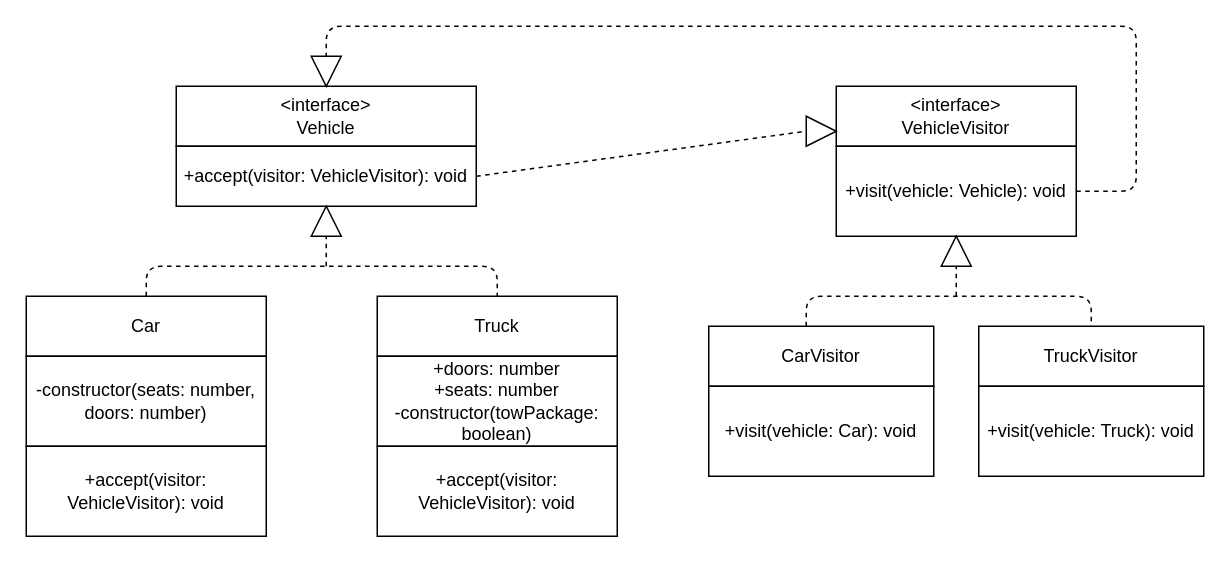
Before: 3_behaviour/visitor/visitor.drawio in plnnsimon/patterns, a draw.io diagram. Source tidied: cells renumbered, new cells numbered last; positions are measured from the earlier drawing's top-left corner, leaving out a move shared by most shapes. Both pictures are drawn from the tidied source at 150%, with x=0, y=0 at pixel (26, 26).
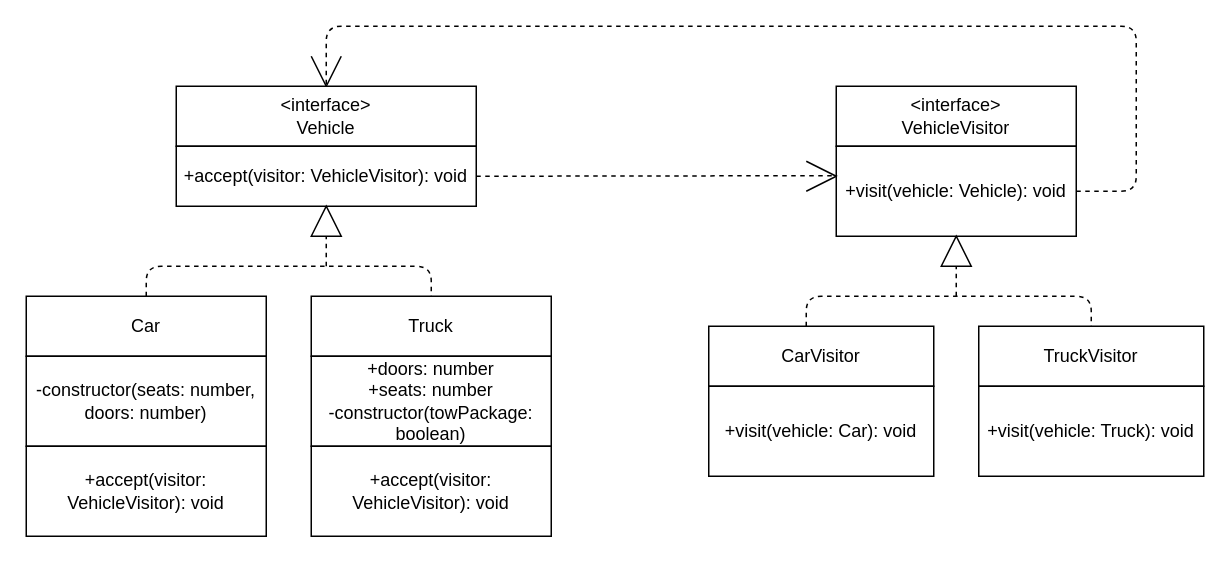
Above is the later version.

The change refers to these unchanged cells:
```xml
<mxCell id="2" value="&amp;lt;interface&amp;gt;&lt;br&gt;Vehicle" style="rounded=0;whiteSpace=wrap;html=1;" parent="1" vertex="1">
  <mxGeometry x="100" y="40" width="200" height="40" as="geometry" />
</mxCell>
<mxCell id="14" value="+visit(vehicle: Vehicle): void" style="rounded=0;whiteSpace=wrap;html=1;" parent="1" vertex="1">
  <mxGeometry x="540" y="80" width="160" height="60" as="geometry" />
</mxCell>
```

Change to the diagram source:
```diff
@@
     <mxCell id="7" value="Truck" style="rounded=0;whiteSpace=wrap;html=1;" parent="1" vertex="1">
-      <mxGeometry x="234" y="180" width="160" height="40" as="geometry" />
+      <mxGeometry x="190" y="180" width="160" height="40" as="geometry" />
     </mxCell>
     <mxCell id="8" value="+doors: number&lt;br&gt;+seats: number&lt;br&gt;-constructor(towPackage: boolean)" style="rounded=0;whiteSpace=wrap;html=1;" parent="1" vertex="1">
-      <mxGeometry x="234" y="220" width="160" height="60" as="geometry" />
+      <mxGeometry x="190" y="220" width="160" height="60" as="geometry" />
     </mxCell>
     <mxCell id="9" value="+accept(visitor: VehicleVisitor): void" style="rounded=0;whiteSpace=wrap;html=1;" parent="1" vertex="1">
-      <mxGeometry x="234" y="280" width="160" height="60" as="geometry" />
+      <mxGeometry x="190" y="280" width="160" height="60" as="geometry" />
     </mxCell>
     <mxCell id="10" style="endArrow=none;dashed=1;html=1;entryX=0.5;entryY=0;entryDx=0;entryDy=0;" parent="1" edge="1" target="7">
       <mxGeometry relative="1" as="geometry">
         <mxPoint x="80" y="180" as="sourcePoint" />
         <Array as="points">
           <mxPoint x="80" y="160" />
-          <mxPoint x="314" y="160" />
+          <mxPoint x="270" y="160" />
         </Array>
       </mxGeometry>
     </mxCell>
@@
-    <mxCell id="15" style="endArrow=none;dashed=1;html=1;entryX=0;entryY=0.5;entryDx=0;entryDy=0;" parent="1" edge="1" target="16">
+    <mxCell id="15" style="endArrow=none;dashed=1;html=1;entryX=0.004;entryY=0.327;entryDx=0;entryDy=0;entryPerimeter=0;" parent="1" edge="1" target="14">
       <mxGeometry relative="1" as="geometry">
         <mxPoint x="300" y="100" as="sourcePoint" />
       </mxGeometry>
     </mxCell>
-    <mxCell id="16" style="triangle;whiteSpace=wrap;html=1;rotation=0;" parent="1" vertex="1">
-      <mxGeometry x="520" y="60" width="20" height="20" as="geometry" />
-    </mxCell>
-    <mxCell id="17" style="endArrow=none;dashed=1;html=1;exitX=1;exitY=0.5;exitDx=0;exitDy=0;" parent="1" edge="1" source="14">
+    <mxCell id="17" style="endArrow=none;dashed=1;html=1;exitX=1;exitY=0.5;exitDx=0;exitDy=0;entryX=0.5;entryY=0;entryDx=0;entryDy=0;" parent="1" edge="1" source="14" target="2">
       <mxGeometry relative="1" as="geometry">
-        <mxPoint x="200" y="20" as="targetPoint" />
         <Array as="points">
           <mxPoint x="740" y="110" />
           <mxPoint x="740" />
           <mxPoint x="200" />
         </Array>
       </mxGeometry>
     </mxCell>
-    <mxCell id="18" style="triangle;whiteSpace=wrap;html=1;rotation=90;" parent="1" vertex="1">
-      <mxGeometry x="190" y="20" width="20" height="20" as="geometry" />
-    </mxCell>
@@
+    <mxCell id="26" style="endArrow=none;html=1;" parent="1" edge="1">
+      <mxGeometry relative="1" as="geometry">
+        <mxPoint x="520" y="110" as="sourcePoint" />
+        <mxPoint x="540" y="100" as="targetPoint" />
+      </mxGeometry>
+    </mxCell>
+    <mxCell id="27" style="endArrow=none;html=1;entryX=0.002;entryY=0.336;entryDx=0;entryDy=0;entryPerimeter=0;" parent="1" edge="1" target="14">
+      <mxGeometry relative="1" as="geometry">
+        <mxPoint x="520" y="90" as="sourcePoint" />
+      </mxGeometry>
+    </mxCell>
+    <mxCell id="28" style="endArrow=none;html=1;" parent="1" edge="1">
+      <mxGeometry relative="1" as="geometry">
+        <mxPoint x="200" y="40" as="sourcePoint" />
+        <mxPoint x="210" y="20" as="targetPoint" />
+      </mxGeometry>
+    </mxCell>
+    <mxCell id="29" style="endArrow=none;html=1;" parent="1" edge="1">
+      <mxGeometry relative="1" as="geometry">
+        <mxPoint x="200" y="40" as="sourcePoint" />
+        <mxPoint x="190" y="20" as="targetPoint" />
+      </mxGeometry>
+    </mxCell>
```
